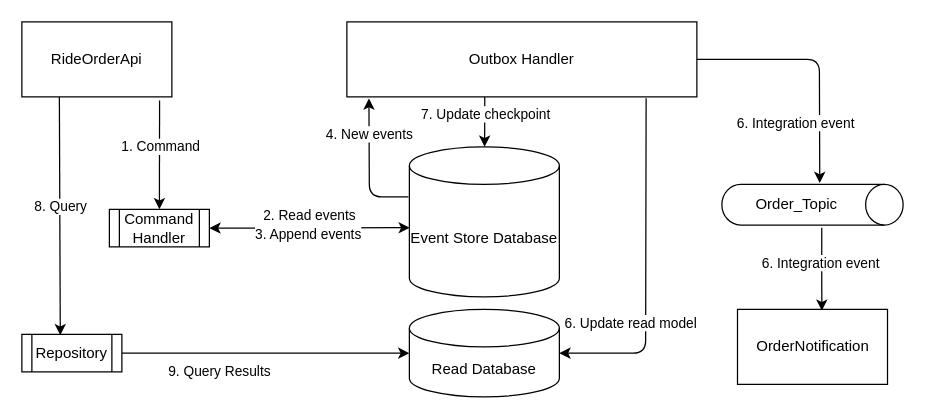
The draw.io diagram Images/diagram.drawio in RobertoFreireFerrazPassos/EventSourcing-and-Cqrs, before the edit. Source tidied: cells renumbered, new cells numbered last; positions are measured from the earlier drawing's top-left corner, leaving out a move shared by most shapes. Both pictures are drawn from the tidied source at 125%, with x=0, y=0 at pixel (21, 21).
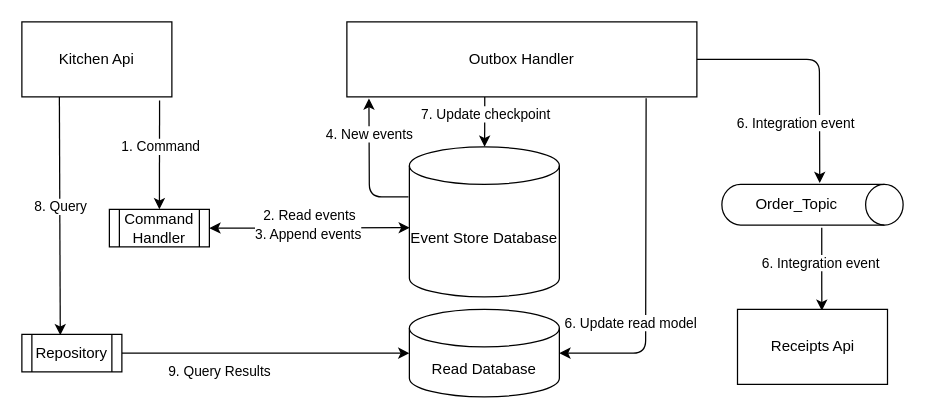
After the change.

Change to the diagram source:
```diff
@@
-    <mxCell id="7" value="&lt;span&gt;RideOrderApi&lt;/span&gt;" style="rounded=0;whiteSpace=wrap;html=1;" parent="1" vertex="1">
+    <mxCell id="7" value="&lt;span&gt;Kitchen Api&lt;/span&gt;" style="rounded=0;whiteSpace=wrap;html=1;" parent="1" vertex="1">
       <mxGeometry width="120" height="60" as="geometry" />
     </mxCell>
@@
-    <mxCell id="24" value="&lt;span&gt;OrderNotification&lt;/span&gt;" style="rounded=0;whiteSpace=wrap;html=1;" parent="1" vertex="1">
+    <mxCell id="24" value="&lt;span&gt;Receipts Api&lt;/span&gt;" style="rounded=0;whiteSpace=wrap;html=1;" parent="1" vertex="1">
       <mxGeometry x="572.5" y="230" width="120" height="60" as="geometry" />
     </mxCell>
```
